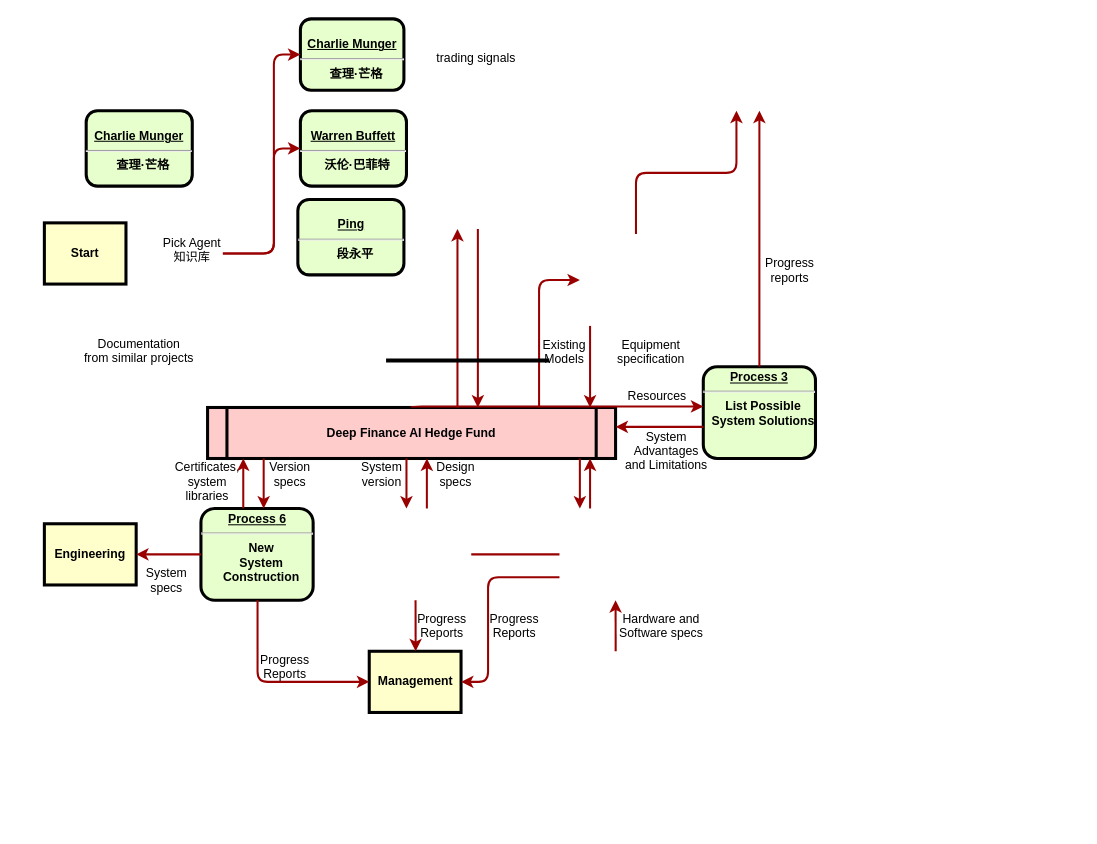
Above: DeepFinance EG.drawio in fanlongtao123/wechat-tutorial (draw.io), before the change. Source tidied: cells renumbered, new cells numbered last; positions are measured from the earlier drawing's top-left corner, leaving out a move shared by most shapes. Both pictures are drawn from the tidied source at 102%, with x=0, y=0 at pixel (44, 18).
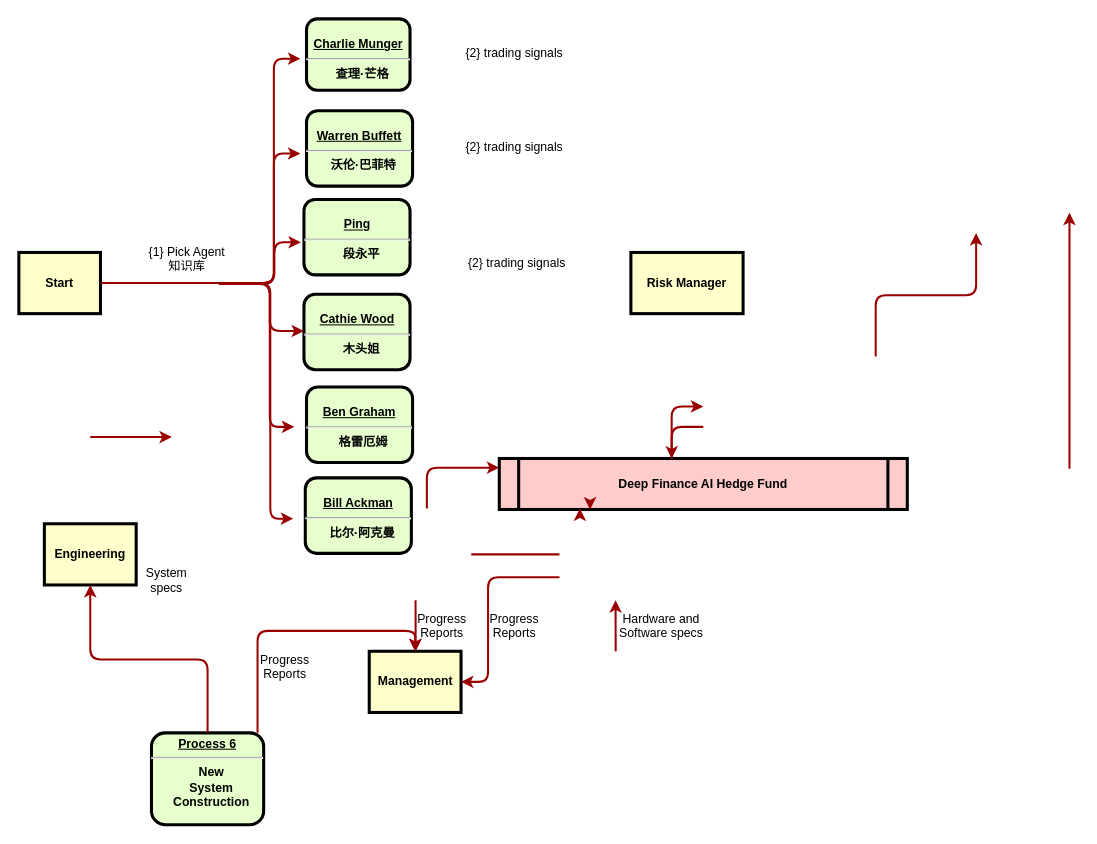
Above is the later version.

Diff of the diagram source:
```diff
@@
     <mxCell id="2" value="&lt;p style=&quot;margin: 4px 0px 0px; text-align: center;&quot;&gt;&lt;u&gt;&lt;br&gt;Charlie Munger&lt;/u&gt;&lt;/p&gt;&lt;hr&gt;&lt;p style=&quot;margin: 0px; margin-left: 8px;&quot;&gt;查理·芒格&lt;/p&gt;" style="verticalAlign=middle;align=center;overflow=fill;fontSize=12;fontFamily=Helvetica;html=1;rounded=1;fontStyle=1;strokeWidth=3;fillColor=#E6FFCC;" parent="1" vertex="1">
-      <mxGeometry x="251" width="101.5" height="70" as="geometry" />
+      <mxGeometry x="257" width="101.5" height="70" as="geometry" />
     </mxCell>
     <mxCell id="3" value="Start" style="whiteSpace=wrap;align=center;verticalAlign=middle;fontStyle=1;strokeWidth=3;fillColor=#FFFFCC;" parent="1" vertex="1">
-      <mxGeometry y="200" width="80" height="60" as="geometry" />
+      <mxGeometry x="-25" y="229" width="80" height="60" as="geometry" />
     </mxCell>
     <mxCell id="4" value="Deep Finance AI Hedge Fund" style="shape=process;whiteSpace=wrap;align=center;verticalAlign=middle;size=0.0475;fontStyle=1;strokeWidth=3;fillColor=#FFCCCC;" parent="1" vertex="1">
-      <mxGeometry x="160" y="381" width="400" height="50" as="geometry" />
+      <mxGeometry x="446" y="431" width="400" height="50" as="geometry" />
     </mxCell>
-    <mxCell id="5" value="&lt;p style=&quot;margin: 0px; margin-top: 4px; text-align: center; text-decoration: underline;&quot;&gt;&lt;strong&gt;&lt;strong&gt;Process&lt;/strong&gt; 3&lt;br /&gt;&lt;/strong&gt;&lt;/p&gt;&lt;hr /&gt;&lt;p style=&quot;margin: 0px; margin-left: 8px;&quot;&gt;List Possible&lt;/p&gt;&lt;p style=&quot;margin: 0px; margin-left: 8px;&quot;&gt;System Solutions&lt;/p&gt;" style="verticalAlign=middle;align=center;overflow=fill;fontSize=12;fontFamily=Helvetica;html=1;rounded=1;fontStyle=1;strokeWidth=3;fillColor=#E6FFCC;" parent="1" vertex="1">
-      <mxGeometry x="646" y="341" width="110" height="90" as="geometry" />
-    </mxCell>
     <mxCell id="6" value="&lt;p style=&quot;margin: 0px; margin-top: 4px; text-align: center; text-decoration: underline;&quot;&gt;&lt;strong&gt;&lt;strong&gt;Process&lt;/strong&gt; 6&lt;br /&gt;&lt;/strong&gt;&lt;/p&gt;&lt;hr /&gt;&lt;p style=&quot;margin: 0px; margin-left: 8px;&quot;&gt;New&lt;/p&gt;&lt;p style=&quot;margin: 0px; margin-left: 8px;&quot;&gt;System&lt;/p&gt;&lt;p style=&quot;margin: 0px; margin-left: 8px;&quot;&gt;Construction&lt;/p&gt;" style="verticalAlign=middle;align=center;overflow=fill;fontSize=12;fontFamily=Helvetica;html=1;rounded=1;fontStyle=1;strokeWidth=3;fillColor=#E6FFCC;" parent="1" vertex="1">
-      <mxGeometry x="153.5" y="480" width="110" height="90" as="geometry" />
+      <mxGeometry x="105" y="700" width="110" height="90" as="geometry" />
     </mxCell>
@@
-    <mxCell id="10" value="Pick Agent&#10;知识库" style="text;spacingTop=-5;align=center;" parent="1" vertex="1">
-      <mxGeometry x="130" y="211" width="30" height="20" as="geometry" />
+    <mxCell id="10" value="{1} Pick Agent&#10;知识库" style="text;spacingTop=-5;align=center;" parent="1" vertex="1">
+      <mxGeometry x="125" y="220" width="30" height="20" as="geometry" />
     </mxCell>
-    <mxCell id="11" value="Documentation&#10;from similar projects" style="text;spacingTop=-5;align=center;" parent="1" vertex="1">
-      <mxGeometry x="78" y="310" width="30" height="20" as="geometry" />
-    </mxCell>
-    <mxCell id="12" style="edgeStyle=elbowEdgeStyle;elbow=horizontal;strokeColor=#990000;strokeWidth=2;" parent="1" edge="1">
+    <mxCell id="12" style="edgeStyle=elbowEdgeStyle;elbow=horizontal;strokeColor=#990000;strokeWidth=2;flowAnimation=0;" parent="1" edge="1">
       <mxGeometry relative="1" as="geometry">
-        <mxPoint x="175" y="230" as="sourcePoint" />
-        <mxPoint x="251" y="35" as="targetPoint" />
+        <mxPoint x="175" y="259" as="sourcePoint" />
+        <mxPoint x="251" y="39" as="targetPoint" />
         <Array as="points">
-          <mxPoint x="225" y="340" />
+          <mxPoint x="225" y="344" />
         </Array>
       </mxGeometry>
     </mxCell>
-    <mxCell id="13" style="edgeStyle=elbowEdgeStyle;elbow=horizontal;strokeColor=#990000;strokeWidth=2;" parent="1" edge="1" source="4">
-      <mxGeometry relative="1" as="geometry">
-        <mxPoint x="405" y="206" as="targetPoint" />
-        <Array as="points">
-          <mxPoint x="405" y="280" />
-        </Array>
-      </mxGeometry>
-    </mxCell>
-    <mxCell id="14" style="edgeStyle=elbowEdgeStyle;elbow=horizontal;strokeColor=#990000;strokeWidth=2;" parent="1" edge="1" target="4">
-      <mxGeometry relative="1" as="geometry">
-        <mxPoint x="425" y="206" as="sourcePoint" />
-        <Array as="points">
-          <mxPoint x="425" y="290" />
-        </Array>
-      </mxGeometry>
-    </mxCell>
-    <mxCell id="15" value="trading signals" style="text;spacingTop=-5;align=center;" parent="1" vertex="1">
-      <mxGeometry x="408.5" y="30" width="30" height="20" as="geometry" />
+    <mxCell id="15" value="{2} trading signals" style="text;spacingTop=-5;align=center;" parent="1" vertex="1">
+      <mxGeometry x="446" y="25" width="30" height="20" as="geometry" />
     </mxCell>
-    <mxCell id="16" value="Progress&#10;reports" style="text;spacingTop=-5;align=center;" parent="1" vertex="1">
-      <mxGeometry x="716" y="231" width="30" height="20" as="geometry" />
-    </mxCell>
     <mxCell id="17" style="edgeStyle=elbowEdgeStyle;elbow=vertical;entryX=0.25;entryY=1;strokeColor=#990000;strokeWidth=2;" parent="1" edge="1">
       <mxGeometry relative="1" as="geometry">
-        <mxPoint x="580" y="211" as="sourcePoint" />
-        <mxPoint x="678.5" y="90" as="targetPoint" />
+        <mxPoint x="815" y="331" as="sourcePoint" />
+        <mxPoint x="913.5" y="210" as="targetPoint" />
       </mxGeometry>
     </mxCell>
-    <mxCell id="18" style="edgeStyle=elbowEdgeStyle;elbow=horizontal;strokeColor=#990000;strokeWidth=2;" parent="1" edge="1" source="5">
+    <mxCell id="18" style="edgeStyle=elbowEdgeStyle;elbow=horizontal;strokeColor=#990000;strokeWidth=2;" parent="1" edge="1">
       <mxGeometry relative="1" as="geometry">
-        <mxPoint x="701" y="90" as="targetPoint" />
+        <mxPoint x="1005" y="441" as="sourcePoint" />
+        <mxPoint x="1005" y="190" as="targetPoint" />
       </mxGeometry>
     </mxCell>
-    <mxCell id="19" style="edgeStyle=elbowEdgeStyle;elbow=horizontal;strokeColor=#990000;strokeWidth=2;" parent="1" edge="1" target="4">
-      <mxGeometry relative="1" as="geometry">
-        <mxPoint x="535" y="301" as="sourcePoint" />
-        <Array as="points">
-          <mxPoint x="535" y="330" />
-        </Array>
-      </mxGeometry>
-    </mxCell>
-    <mxCell id="20" style="edgeStyle=segmentEdgeStyle;strokeColor=#990000;strokeWidth=2;" parent="1" edge="1" source="4">
-      <mxGeometry relative="1" as="geometry">
-        <mxPoint x="525" y="256" as="targetPoint" />
-        <Array as="points">
-          <mxPoint x="485" y="256" />
-        </Array>
-      </mxGeometry>
-    </mxCell>
-    <mxCell id="21" value="Existing&#10;Models" style="text;spacingTop=-5;align=center;" parent="1" vertex="1">
-      <mxGeometry x="495" y="311" width="30" height="20" as="geometry" />
-    </mxCell>
-    <mxCell id="22" value="Equipment&#10;specification" style="text;spacingTop=-5;align=center;" parent="1" vertex="1">
-      <mxGeometry x="580" y="311" width="30" height="20" as="geometry" />
-    </mxCell>
-    <mxCell id="23" style="edgeStyle=elbowEdgeStyle;elbow=vertical;strokeColor=#990000;strokeWidth=2;" parent="1" edge="1" source="4" target="5">
+    <mxCell id="23" style="edgeStyle=elbowEdgeStyle;elbow=vertical;strokeColor=#990000;strokeWidth=2;" parent="1" edge="1" source="4">
       <mxGeometry relative="1" as="geometry">
+        <mxPoint x="646" y="380" as="targetPoint" />
         <Array as="points">
           <mxPoint x="615" y="380" />
         </Array>
       </mxGeometry>
     </mxCell>
-    <mxCell id="24" style="edgeStyle=elbowEdgeStyle;elbow=vertical;strokeColor=#990000;strokeWidth=2;" parent="1" edge="1" source="5" target="4">
+    <mxCell id="24" style="edgeStyle=elbowEdgeStyle;elbow=vertical;strokeColor=#990000;strokeWidth=2;" parent="1" edge="1" target="4">
       <mxGeometry relative="1" as="geometry">
+        <mxPoint x="646" y="400" as="sourcePoint" />
         <Array as="points">
           <mxPoint x="615" y="400" />
         </Array>
       </mxGeometry>
     </mxCell>
-    <mxCell id="25" value="Resources" style="text;spacingTop=-5;align=center;" parent="1" vertex="1">
-      <mxGeometry x="586" y="361" width="30" height="20" as="geometry" />
-    </mxCell>
-    <mxCell id="26" value="System &#10;Advantages &#10;and Limitations" style="text;spacingTop=-5;align=center;" parent="1" vertex="1">
-      <mxGeometry x="595" y="401" width="30" height="20" as="geometry" />
-    </mxCell>
@@
-    <mxCell id="38" style="edgeStyle=elbowEdgeStyle;elbow=horizontal;strokeColor=#990000;strokeWidth=2;" parent="1" edge="1" source="4">
-      <mxGeometry relative="1" as="geometry">
-        <mxPoint x="355" y="480" as="targetPoint" />
-        <Array as="points">
-          <mxPoint x="355" y="440" />
-        </Array>
-      </mxGeometry>
-    </mxCell>
@@
-    <mxCell id="40" value="Version&#10;specs" style="text;spacingTop=-5;align=center;" parent="1" vertex="1">
-      <mxGeometry x="226" y="431" width="30" height="20" as="geometry" />
-    </mxCell>
-    <mxCell id="41" value="Certificates,&#10;system&#10;libraries" style="text;spacingTop=-5;align=center;" parent="1" vertex="1">
-      <mxGeometry x="145" y="431" width="30" height="20" as="geometry" />
-    </mxCell>
-    <mxCell id="42" style="edgeStyle=elbowEdgeStyle;elbow=horizontal;strokeColor=#990000;strokeWidth=2;" parent="1" edge="1" source="4" target="6">
-      <mxGeometry relative="1" as="geometry">
-        <Array as="points">
-          <mxPoint x="215" y="440" />
-        </Array>
-      </mxGeometry>
-    </mxCell>
-    <mxCell id="43" style="edgeStyle=elbowEdgeStyle;elbow=horizontal;strokeColor=#990000;strokeWidth=2;" parent="1" edge="1" source="6" target="4">
-      <mxGeometry relative="1" as="geometry">
-        <Array as="points">
-          <mxPoint x="195" y="440" />
-        </Array>
-      </mxGeometry>
-    </mxCell>
@@
-    <mxCell id="45" value="Design&#10;specs" style="text;spacingTop=-5;align=center;" parent="1" vertex="1">
-      <mxGeometry x="388.5" y="431" width="30" height="20" as="geometry" />
-    </mxCell>
-    <mxCell id="46" value="System&#10;version" style="text;spacingTop=-5;align=center;" parent="1" vertex="1">
-      <mxGeometry x="316" y="431" width="30" height="20" as="geometry" />
-    </mxCell>
-    <mxCell id="47" value="&lt;p style=&quot;margin: 4px 0px 0px; text-align: center;&quot;&gt;&lt;u&gt;&lt;br&gt;Charlie Munger&lt;/u&gt;&lt;/p&gt;&lt;hr&gt;&lt;p style=&quot;margin: 0px; margin-left: 8px;&quot;&gt;查理·芒格&lt;/p&gt;" style="verticalAlign=middle;align=center;overflow=fill;fontSize=12;fontFamily=Helvetica;html=1;rounded=1;fontStyle=1;strokeWidth=3;fillColor=#E6FFCC;" parent="1" vertex="1">
-      <mxGeometry x="41" y="90" width="104" height="74" as="geometry" />
-    </mxCell>
     <mxCell id="48" value="&lt;p style=&quot;margin: 4px 0px 0px; text-align: center;&quot;&gt;&lt;u&gt;&lt;br&gt;Warren Buffett&lt;/u&gt;&lt;/p&gt;&lt;hr&gt;&lt;p style=&quot;margin: 0px; margin-left: 8px;&quot;&gt;沃伦·巴菲特&lt;/p&gt;" style="verticalAlign=middle;align=center;overflow=fill;fontSize=12;fontFamily=Helvetica;html=1;rounded=1;fontStyle=1;strokeWidth=3;fillColor=#E6FFCC;" parent="1" vertex="1">
-      <mxGeometry x="251" y="90" width="104" height="74" as="geometry" />
+      <mxGeometry x="257" y="90" width="104" height="74" as="geometry" />
     </mxCell>
-    <mxCell id="49" style="line;strokeWidth=4;html=1;perimeter=backbonePerimeter;" parent="1" vertex="1">
-      <mxGeometry x="335" y="330" width="160" height="10" as="geometry" />
-    </mxCell>
-    <mxCell id="50" style="edgeStyle=elbowEdgeStyle;elbow=horizontal;strokeColor=#990000;strokeWidth=2;entryX=0;entryY=0.5;entryDx=0;entryDy=0;" parent="1" edge="1" target="48">
+    <mxCell id="50" style="edgeStyle=elbowEdgeStyle;elbow=horizontal;strokeColor=#990000;strokeWidth=2;entryX=0;entryY=0.5;entryDx=0;entryDy=0;flowAnimation=0;" parent="1" edge="1">
       <mxGeometry relative="1" as="geometry">
-        <mxPoint x="175" y="230" as="sourcePoint" />
+        <mxPoint x="175" y="260" as="sourcePoint" />
+        <mxPoint x="251" y="132" as="targetPoint" />
         <Array as="points">
-          <mxPoint x="225" y="340" />
+          <mxPoint x="225" y="345" />
+          <mxPoint x="225" y="215" />
         </Array>
       </mxGeometry>
     </mxCell>
     <mxCell id="51" value="&lt;p style=&quot;margin: 4px 0px 0px; text-align: center;&quot;&gt;&lt;u&gt;&lt;br&gt;Ping&lt;/u&gt;&lt;/p&gt;&lt;hr&gt;&lt;p style=&quot;margin: 0px; margin-left: 8px;&quot;&gt;段永平&lt;/p&gt;" style="verticalAlign=middle;align=center;overflow=fill;fontSize=12;fontFamily=Helvetica;html=1;rounded=1;fontStyle=1;strokeWidth=3;fillColor=#E6FFCC;" parent="1" vertex="1">
-      <mxGeometry x="248.5" y="177" width="104" height="74" as="geometry" />
+      <mxGeometry x="254.5" y="177" width="104" height="74" as="geometry" />
     </mxCell>
+    <mxCell id="52" value="&lt;p style=&quot;margin: 4px 0px 0px; text-align: center;&quot;&gt;&lt;u&gt;&lt;br&gt;Cathie Wood&lt;/u&gt;&lt;/p&gt;&lt;hr&gt;&lt;p style=&quot;margin: 0px; margin-left: 8px;&quot;&gt;木头姐&lt;/p&gt;" style="verticalAlign=middle;align=center;overflow=fill;fontSize=12;fontFamily=Helvetica;html=1;rounded=1;fontStyle=1;strokeWidth=3;fillColor=#E6FFCC;strokeColor=default;" parent="1" vertex="1">
+      <mxGeometry x="254.5" y="270" width="104" height="74" as="geometry" />
+    </mxCell>
+    <mxCell id="53" value="&lt;p style=&quot;margin: 4px 0px 0px; text-align: center;&quot;&gt;&lt;u&gt;&lt;br&gt;Ben Graham&lt;/u&gt;&lt;/p&gt;&lt;hr&gt;&lt;p style=&quot;margin: 0px; margin-left: 8px;&quot;&gt;格雷厄姆&lt;/p&gt;" style="verticalAlign=middle;align=center;overflow=fill;fontSize=12;fontFamily=Helvetica;html=1;rounded=1;fontStyle=1;strokeWidth=3;fillColor=#E6FFCC;strokeColor=default;" parent="1" vertex="1">
+      <mxGeometry x="257" y="361" width="104" height="74" as="geometry" />
+    </mxCell>
+    <mxCell id="54" value="&lt;p style=&quot;margin: 4px 0px 0px; text-align: center;&quot;&gt;&lt;u&gt;&lt;br&gt;Bill Ackman&lt;/u&gt;&lt;/p&gt;&lt;hr&gt;&lt;p style=&quot;margin: 0px; margin-left: 8px;&quot;&gt;比尔·阿克曼&lt;/p&gt;" style="verticalAlign=middle;align=center;overflow=fill;fontSize=12;fontFamily=Helvetica;html=1;rounded=1;fontStyle=1;strokeWidth=3;fillColor=#E6FFCC;strokeColor=default;" parent="1" vertex="1">
+      <mxGeometry x="255.8" y="450" width="104" height="74" as="geometry" />
+    </mxCell>
+    <mxCell id="55" style="edgeStyle=elbowEdgeStyle;elbow=horizontal;strokeColor=#990000;strokeWidth=2;entryX=0;entryY=0.5;entryDx=0;entryDy=0;flowAnimation=0;" parent="1" edge="1">
+      <mxGeometry relative="1" as="geometry">
+        <mxPoint x="168" y="259" as="sourcePoint" />
+        <mxPoint x="251.5" y="219" as="targetPoint" />
+        <Array as="points">
+          <mxPoint x="225.5" y="432" />
+          <mxPoint x="225.5" y="302" />
+        </Array>
+      </mxGeometry>
+    </mxCell>
+    <mxCell id="56" style="edgeStyle=elbowEdgeStyle;elbow=horizontal;strokeColor=#990000;strokeWidth=2;flowAnimation=0;entryX=0;entryY=0.5;entryDx=0;entryDy=0;" parent="1" edge="1">
+      <mxGeometry relative="1" as="geometry">
+        <mxPoint x="171" y="259" as="sourcePoint" />
+        <mxPoint x="254.5" y="306" as="targetPoint" />
+        <Array as="points">
+          <mxPoint x="221" y="344" />
+          <mxPoint x="221" y="214" />
+        </Array>
+      </mxGeometry>
+    </mxCell>
+    <mxCell id="57" style="edgeStyle=elbowEdgeStyle;elbow=horizontal;strokeColor=#990000;strokeWidth=2;flowAnimation=0;" parent="1" edge="1">
+      <mxGeometry relative="1" as="geometry">
+        <mxPoint x="171" y="260" as="sourcePoint" />
+        <mxPoint x="245" y="400" as="targetPoint" />
+        <Array as="points">
+          <mxPoint x="221" y="345" />
+          <mxPoint x="221" y="215" />
+        </Array>
+      </mxGeometry>
+    </mxCell>
+    <mxCell id="58" style="edgeStyle=elbowEdgeStyle;elbow=horizontal;strokeColor=#990000;strokeWidth=2;flowAnimation=0;exitX=1;exitY=0.5;exitDx=0;exitDy=0;" parent="1" edge="1">
+      <mxGeometry relative="1" as="geometry">
+        <mxPoint x="55" y="259" as="sourcePoint" />
+        <mxPoint x="244" y="490" as="targetPoint" />
+        <Array as="points">
+          <mxPoint x="221.5" y="345" />
+          <mxPoint x="221.5" y="215" />
+        </Array>
+      </mxGeometry>
+    </mxCell>
+    <mxCell id="59" style="edgeStyle=elbowEdgeStyle;elbow=horizontal;strokeColor=#990000;strokeWidth=2;" parent="1" edge="1">
+      <mxGeometry relative="1" as="geometry">
+        <mxPoint x="45" y="410" as="sourcePoint" />
+        <mxPoint x="125" y="410" as="targetPoint" />
+      </mxGeometry>
+    </mxCell>
+    <mxCell id="60" value="{2} trading signals" style="text;spacingTop=-5;align=center;" parent="1" vertex="1">
+      <mxGeometry x="446" y="117" width="30" height="20" as="geometry" />
+    </mxCell>
+    <mxCell id="61" value="Risk Manager" style="whiteSpace=wrap;align=center;verticalAlign=middle;fontStyle=1;strokeWidth=3;fillColor=#FFFFCC;" parent="1" vertex="1">
+      <mxGeometry x="575" y="229" width="110" height="60" as="geometry" />
+    </mxCell>
+    <mxCell id="62" value="{2} trading signals" style="text;spacingTop=-5;align=center;" parent="1" vertex="1">
+      <mxGeometry x="444" y="231" width="39" height="20" as="geometry" />
+    </mxCell>
```
